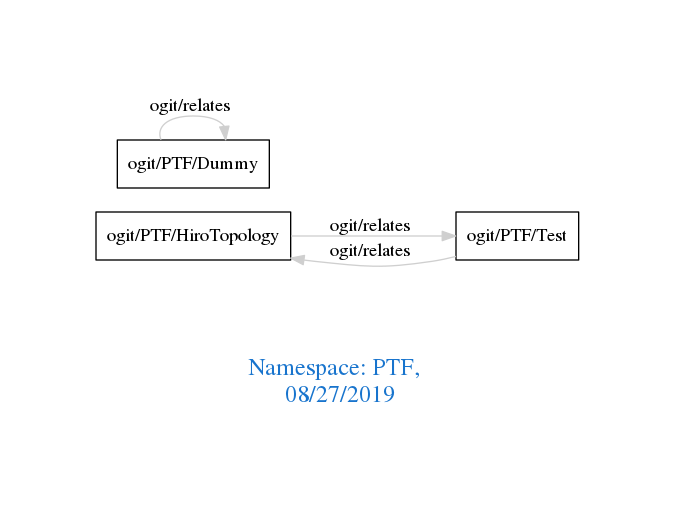
Above: downloads/PTF.png in arago/OGIT (Graphviz), before the change. Its source is kept beside it as downloads/PTF.dot.
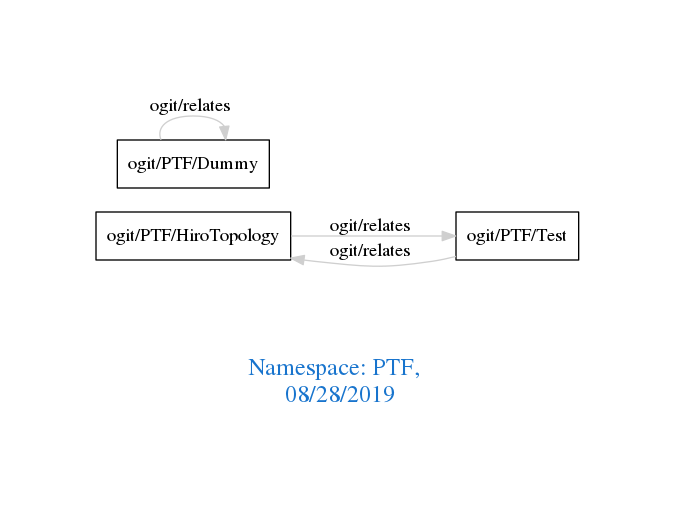
The same diagram one commit later.

Diff of the diagram source:
```diff
@@ -1,7 +1,7 @@
 digraph OGIT_ontology {
  graph [ rankdir= LR,pad=1
 fontsize = 18,
-fontcolor= dodgerblue3,label = "\n\n\nNamespace: PTF, \n 08/27/2019"];
+fontcolor= dodgerblue3,label = "\n\n\nNamespace: PTF, \n 08/28/2019"];
 node[shape=polygon];
 edge [  color="gray81"];
 
```
